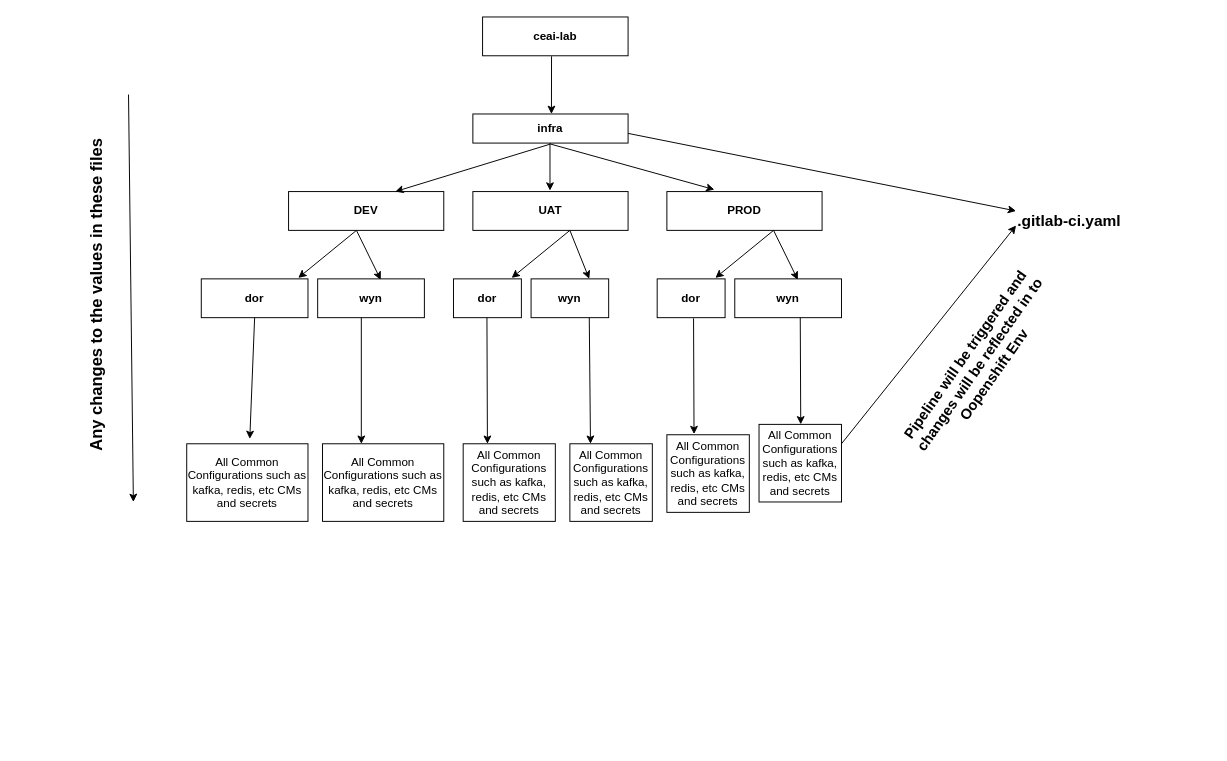
Earlier version of the draw.io diagram Untitled Diagram.drawio (vishalshah1984/samle-CI). Source tidied: cells renumbered, new cells numbered last; positions are measured from the earlier drawing's top-left corner, leaving out a move shared by most shapes. Both pictures are drawn from the tidied source at 97%, with x=0, y=0 at pixel (-84, 16).
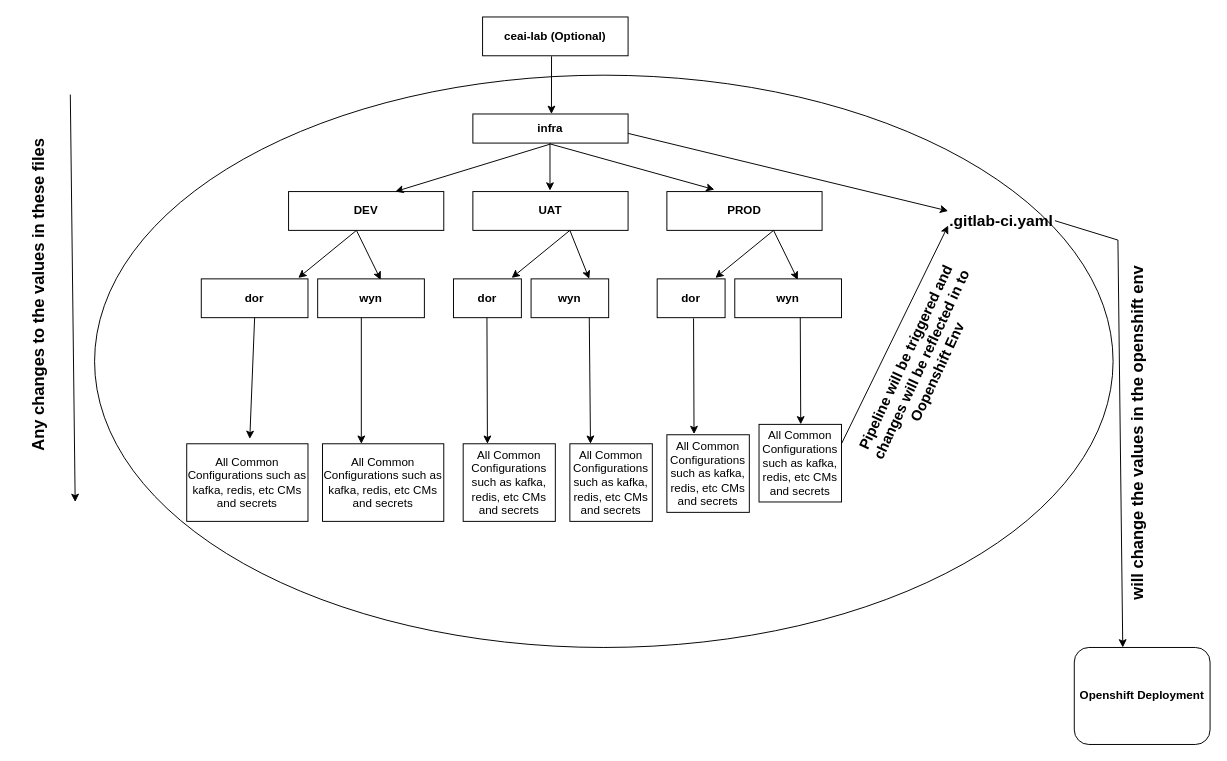
The same page after the edit.

The edit, as a diff of the source:
```diff
@@
+    <mxCell id="41" style="ellipse;whiteSpace=wrap;html=1;" parent="1" vertex="1">
+      <mxGeometry x="184" y="60" width="1050" height="590" as="geometry" />
+    </mxCell>
-    <mxCell id="2" value="ceai-lab" style="rounded=0;whiteSpace=wrap;html=1;fontStyle=1;" parent="1" vertex="1">
+    <mxCell id="2" value="ceai-lab (Optional)" style="rounded=0;whiteSpace=wrap;html=1;fontStyle=1;" parent="1" vertex="1">
       <mxGeometry x="584" width="150" height="40" as="geometry" />
     </mxCell>
@@
     <mxCell id="31" value=".gitlab-ci.yaml" style="text;html=1;strokeColor=none;fillColor=none;align=center;verticalAlign=middle;whiteSpace=wrap;rounded=0;fontSize=16;fontStyle=1;" parent="1" vertex="1">
-      <mxGeometry x="1134" y="200" width="110" height="20" as="geometry" />
+      <mxGeometry x="1064" y="200" width="110" height="20" as="geometry" />
     </mxCell>
-    <mxCell id="32" value="Pipeline will be triggered and changes will be reflected in to Oopenshift Env" style="text;html=1;strokeColor=none;fillColor=none;align=center;verticalAlign=middle;whiteSpace=wrap;rounded=0;rotation=-55;fontStyle=1;strokeWidth=2;fontSize=15;" parent="1" vertex="1">
-      <mxGeometry x="982.4" y="310.2" width="227.8" height="95.5" as="geometry" />
+    <mxCell id="32" value="Pipeline will be triggered and changes will be reflected in to Oopenshift Env" style="text;html=1;strokeColor=none;fillColor=none;align=center;verticalAlign=middle;whiteSpace=wrap;rounded=0;rotation=-65;fontStyle=1;strokeWidth=2;fontSize=15;" parent="1" vertex="1">
+      <mxGeometry x="922.4" y="310.2" width="227.8" height="95.5" as="geometry" />
     </mxCell>
@@
     <mxCell id="38" style="endArrow=classic;html=1;exitX=0.5;exitY=1;exitDx=0;exitDy=0;" parent="1" edge="1">
       <mxGeometry relative="1" as="geometry">
-        <mxPoint x="219" y="80" as="sourcePoint" />
-        <mxPoint x="224" y="500" as="targetPoint" />
+        <mxPoint x="159" y="80" as="sourcePoint" />
+        <mxPoint x="164" y="500" as="targetPoint" />
       </mxGeometry>
     </mxCell>
@@
     <mxCell id="40" value="Any changes to the values in these files" style="text;html=1;strokeColor=none;fillColor=none;align=center;verticalAlign=middle;whiteSpace=wrap;rounded=0;rotation=-90;fontStyle=1;fontSize=17;" parent="1" vertex="1">
-      <mxGeometry x="-0.4" y="263.6" width="375" height="46.6" as="geometry" />
+      <mxGeometry x="-60.4" y="263.6" width="375" height="46.6" as="geometry" />
     </mxCell>
+    <mxCell id="42" style="endArrow=classic;html=1;exitX=0.5;exitY=1;exitDx=0;exitDy=0;" parent="1" edge="1">
+      <mxGeometry relative="1" as="geometry">
+        <mxPoint x="1239" y="230" as="sourcePoint" />
+        <mxPoint x="1244" y="650" as="targetPoint" />
+      </mxGeometry>
+    </mxCell>
+    <mxCell id="43" value="will change the values in the openshift env" style="text;html=1;strokeColor=none;fillColor=none;align=center;verticalAlign=middle;whiteSpace=wrap;rounded=0;rotation=-90;fontStyle=1;fontSize=17;" parent="1" vertex="1">
+      <mxGeometry x="1072.9" y="416.7" width="375" height="24.4" as="geometry" />
+    </mxCell>
+    <mxCell id="44" value="Openshift Deployment" style="rounded=1;whiteSpace=wrap;html=1;fontStyle=1;" parent="1" vertex="1">
+      <mxGeometry x="1194" y="650" width="140" height="100" as="geometry" />
+    </mxCell>
+    <mxCell id="45" style="endArrow=none;html=1;entryX=1;entryY=0.5;entryDx=0;entryDy=0;" parent="1" edge="1" target="31">
+      <mxGeometry relative="1" as="geometry">
+        <mxPoint x="1239" y="230" as="sourcePoint" />
+      </mxGeometry>
+    </mxCell>
```
